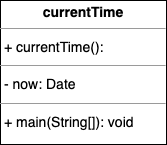
This is out/production/CompSci/UML/currentTimeUML.png from WallacexMcCarthy/CompSci, a draw.io export, as it was before one commit. Source tidied: cells renumbered, new cells last; positions are measured from the earlier drawing's top-left corner, leaving out a move shared by most shapes. Source of this version:
```xml
<mxGraphModel>
  <root>
    <mxCell id="0" />
    <mxCell id="1" parent="0" />
    <mxCell id="2" value="&lt;p style=&quot;margin:0px;margin-top:4px;text-align:center;&quot;&gt;&lt;b&gt;currentTime&lt;/b&gt;&lt;/p&gt;&lt;hr size=&quot;1&quot;/&gt;&lt;p style=&quot;margin:0 0 0 4px;line-height:1.6;&quot;&gt;+ currentTime(): &lt;/p&gt;&lt;hr size=&quot;1&quot;/&gt;&lt;p style=&quot;margin:0 0 0 4px;line-height:1.6;&quot;&gt;- now: Date&lt;/p&gt;&lt;hr size=&quot;1&quot;/&gt;&lt;p style=&quot;margin:0 0 0 4px;line-height:1.6;&quot;&gt;+ main(String[]): void&lt;/p&gt;" style="verticalAlign=top;align=left;overflow=fill;fontSize=14;fontFamily=Helvetica;html=1;rounded=0;shadow=0;comic=0;labelBackgroundColor=none;strokeWidth=1;" parent="1" vertex="1">
      <mxGeometry width="166" height="144" as="geometry" />
    </mxCell>
  </root>
</mxGraphModel>
```
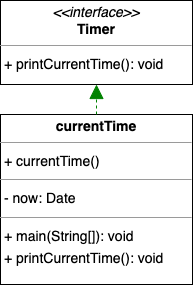
Later version of the same file.

The edit, as a diff of the source:
```diff
@@ -2,8 +2,14 @@
   <root>
     <mxCell id="0" />
     <mxCell id="1" parent="0" />
-    <mxCell id="2" value="&lt;p style=&quot;margin:0px;margin-top:4px;text-align:center;&quot;&gt;&lt;b&gt;currentTime&lt;/b&gt;&lt;/p&gt;&lt;hr size=&quot;1&quot;/&gt;&lt;p style=&quot;margin:0 0 0 4px;line-height:1.6;&quot;&gt;+ currentTime(): &lt;/p&gt;&lt;hr size=&quot;1&quot;/&gt;&lt;p style=&quot;margin:0 0 0 4px;line-height:1.6;&quot;&gt;- now: Date&lt;/p&gt;&lt;hr size=&quot;1&quot;/&gt;&lt;p style=&quot;margin:0 0 0 4px;line-height:1.6;&quot;&gt;+ main(String[]): void&lt;/p&gt;" style="verticalAlign=top;align=left;overflow=fill;fontSize=14;fontFamily=Helvetica;html=1;rounded=0;shadow=0;comic=0;labelBackgroundColor=none;strokeWidth=1;" parent="1" vertex="1">
-      <mxGeometry width="166" height="144" as="geometry" />
+    <mxCell id="2" value="&lt;p style=&quot;margin:0px;margin-top:4px;text-align:center;&quot;&gt;&lt;i&gt;&amp;lt;&amp;lt;interface&amp;gt;&amp;gt;&lt;/i&gt;&lt;br/&gt;&lt;b&gt;Timer&lt;/b&gt;&lt;/p&gt;&lt;hr size=&quot;1&quot;/&gt;&lt;p style=&quot;margin:0 0 0 4px;line-height:1.6;&quot;&gt;+ printCurrentTime(): void&lt;/p&gt;" style="verticalAlign=top;align=left;overflow=fill;fontSize=14;fontFamily=Helvetica;html=1;rounded=0;shadow=0;comic=0;labelBackgroundColor=none;strokeWidth=1;" parent="1" vertex="1">
+      <mxGeometry width="192" height="84" as="geometry" />
     </mxCell>
+    <mxCell id="3" value="&lt;p style=&quot;margin:0px;margin-top:4px;text-align:center;&quot;&gt;&lt;b&gt;currentTime&lt;/b&gt;&lt;/p&gt;&lt;hr size=&quot;1&quot;&gt;&lt;p style=&quot;margin:0 0 0 4px;line-height:1.6;&quot;&gt;+ currentTime()&lt;/p&gt;&lt;hr size=&quot;1&quot;&gt;&lt;p style=&quot;margin:0 0 0 4px;line-height:1.6;&quot;&gt;- now: Date&lt;/p&gt;&lt;hr size=&quot;1&quot;&gt;&lt;p style=&quot;margin:0 0 0 4px;line-height:1.6;&quot;&gt;+ main(String[]): void&lt;br&gt;+ printCurrentTime(): void&lt;/p&gt;" style="verticalAlign=top;align=left;overflow=fill;fontSize=14;fontFamily=Helvetica;html=1;rounded=0;shadow=0;comic=0;labelBackgroundColor=none;strokeWidth=1;" parent="1" vertex="1">
+      <mxGeometry y="114" width="192" height="170" as="geometry" />
+    </mxCell>
+    <mxCell id="4" style="html=1;rounded=1;edgeStyle=orthogonalEdgeStyle;dashed=1;startArrow=none;endArrow=block;endSize=12;strokeColor=#008200;exitX=0.500;exitY=0.000;exitDx=0;exitDy=0;entryX=0.500;entryY=1.001;entryDx=0;entryDy=0;" parent="1" edge="1" source="3" target="2">
+      <mxGeometry relative="1" as="geometry" />
+    </mxCell>
   </root>
 </mxGraphModel>
```
